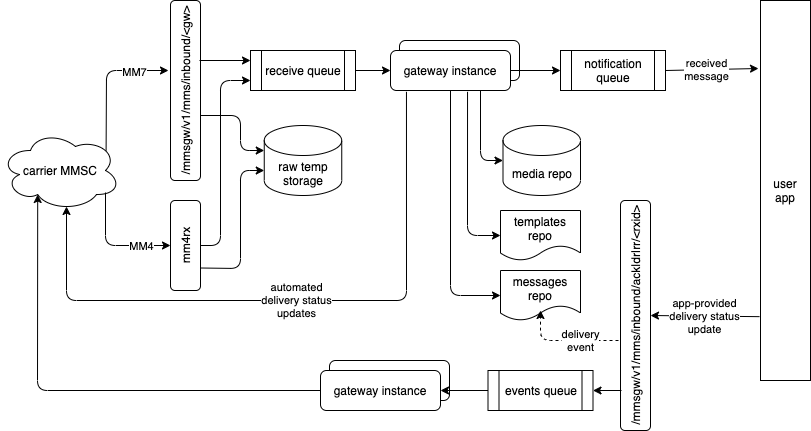
The draw.io diagram mmsgw_inbound.png in drivefast/mmsgw, before a commit. Source tidied: cells renumbered, new cells last; positions are measured from the earlier drawing's top-left corner, leaving out a move shared by most shapes.
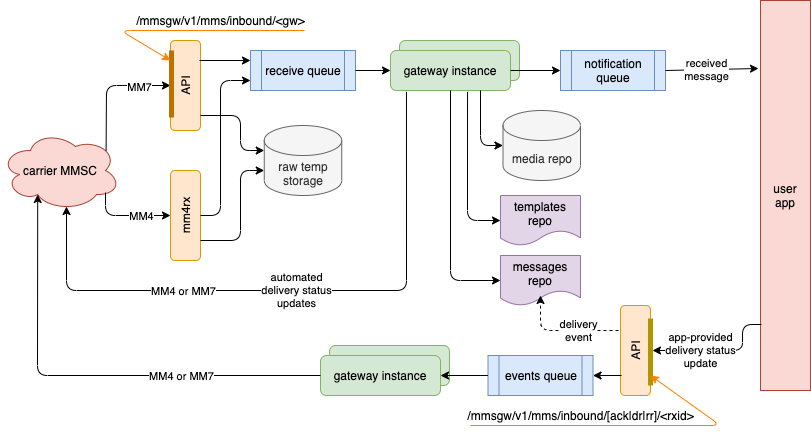
The same file after the commit.

Change to the diagram source:
```diff
@@ -2,47 +2,46 @@
   <root>
     <mxCell id="0" />
     <mxCell id="1" parent="0" />
-    <mxCell id="2" value="carrier MMSC" style="ellipse;shape=cloud;whiteSpace=wrap;html=1;" parent="1" vertex="1">
+    <mxCell id="2" value="carrier MMSC" style="ellipse;shape=cloud;whiteSpace=wrap;html=1;fillColor=#fad9d5;strokeColor=#ae4132;" parent="1" vertex="1">
       <mxGeometry y="130" width="120" height="80" as="geometry" />
     </mxCell>
-    <mxCell id="3" value="/mmsgw/v1/mms/inbound/&amp;lt;gw&amp;gt;" style="rounded=1;whiteSpace=wrap;html=1;horizontal=0;" parent="1" vertex="1">
-      <mxGeometry x="170" width="30" height="180" as="geometry" />
+    <mxCell id="3" value="API" style="rounded=1;whiteSpace=wrap;html=1;horizontal=0;fillColor=#ffe6cc;strokeColor=#d79b00;" parent="1" vertex="1">
+      <mxGeometry x="170" y="40" width="30" height="90" as="geometry" />
     </mxCell>
-    <mxCell id="4" value="mm4rx" style="rounded=1;whiteSpace=wrap;html=1;horizontal=0;" parent="1" vertex="1">
-      <mxGeometry x="170" y="200" width="30" height="90" as="geometry" />
+    <mxCell id="4" value="mm4rx" style="rounded=1;whiteSpace=wrap;html=1;horizontal=0;fillColor=#ffe6cc;strokeColor=#d79b00;" parent="1" vertex="1">
+      <mxGeometry x="170" y="170" width="30" height="90" as="geometry" />
     </mxCell>
-    <mxCell id="5" value="receive queue" style="shape=process;whiteSpace=wrap;html=1;backgroundOutline=1;" parent="1" vertex="1">
+    <mxCell id="5" value="receive queue" style="shape=process;whiteSpace=wrap;html=1;backgroundOutline=1;fillColor=#dae8fc;strokeColor=#6c8ebf;" parent="1" vertex="1">
       <mxGeometry x="250" y="50" width="105" height="40" as="geometry" />
     </mxCell>
-    <mxCell id="6" style="rounded=1;whiteSpace=wrap;html=1;" parent="1" vertex="1">
+    <mxCell id="6" style="rounded=1;whiteSpace=wrap;html=1;fillColor=#d5e8d4;strokeColor=#82b366;" parent="1" vertex="1">
       <mxGeometry x="399" y="40" width="120" height="40" as="geometry" />
     </mxCell>
-    <mxCell id="7" value="gateway instance" style="rounded=1;whiteSpace=wrap;html=1;" parent="1" vertex="1">
+    <mxCell id="7" value="gateway instance" style="rounded=1;whiteSpace=wrap;html=1;fillColor=#d5e8d4;strokeColor=#82b366;" parent="1" vertex="1">
       <mxGeometry x="390" y="50" width="120" height="40" as="geometry" />
     </mxCell>
-    <mxCell id="8" value="raw temp storage" style="shape=cylinder3;whiteSpace=wrap;html=1;boundedLbl=1;backgroundOutline=1;size=15;" parent="1" vertex="1">
+    <mxCell id="8" value="raw temp storage" style="shape=cylinder3;whiteSpace=wrap;html=1;boundedLbl=1;backgroundOutline=1;size=15;fillColor=#f5f5f5;strokeColor=#666666;fontColor=#333333;" parent="1" vertex="1">
       <mxGeometry x="263.8" y="125" width="77.5" height="70" as="geometry" />
     </mxCell>
-    <mxCell id="9" value="notification queue" style="shape=process;whiteSpace=wrap;html=1;backgroundOutline=1;" parent="1" vertex="1">
+    <mxCell id="9" value="notification queue" style="shape=process;whiteSpace=wrap;html=1;backgroundOutline=1;fillColor=#dae8fc;strokeColor=#6c8ebf;" parent="1" vertex="1">
       <mxGeometry x="560" y="50" width="105" height="40" as="geometry" />
     </mxCell>
-    <mxCell id="10" value="media repo" style="shape=cylinder3;whiteSpace=wrap;html=1;boundedLbl=1;backgroundOutline=1;size=15;" parent="1" vertex="1">
-      <mxGeometry x="502.5" y="125" width="77.5" height="70" as="geometry" />
+    <mxCell id="10" value="media repo" style="shape=cylinder3;whiteSpace=wrap;html=1;boundedLbl=1;backgroundOutline=1;size=15;fillColor=#f5f5f5;strokeColor=#666666;fontColor=#333333;" parent="1" vertex="1">
+      <mxGeometry x="502.5" y="110" width="77.5" height="70" as="geometry" />
     </mxCell>
-    <mxCell id="11" value="templates repo" style="shape=document;whiteSpace=wrap;html=1;boundedLbl=1;" parent="1" vertex="1">
-      <mxGeometry x="500" y="210" width="80" height="50" as="geometry" />
+    <mxCell id="11" value="templates repo" style="shape=document;whiteSpace=wrap;html=1;boundedLbl=1;fillColor=#e1d5e7;strokeColor=#9673a6;" parent="1" vertex="1">
+      <mxGeometry x="500" y="195" width="80" height="50" as="geometry" />
     </mxCell>
-    <mxCell id="12" value="messages repo" style="shape=document;whiteSpace=wrap;html=1;boundedLbl=1;" parent="1" vertex="1">
-      <mxGeometry x="500" y="270" width="80" height="50" as="geometry" />
+    <mxCell id="12" value="messages repo" style="shape=document;whiteSpace=wrap;html=1;boundedLbl=1;fillColor=#e1d5e7;strokeColor=#9673a6;" parent="1" vertex="1">
+      <mxGeometry x="500" y="255" width="80" height="50" as="geometry" />
     </mxCell>
-    <mxCell id="13" value="user&lt;br&gt;app" style="rounded=0;whiteSpace=wrap;html=1;" parent="1" vertex="1">
-      <mxGeometry x="760" width="50" height="380" as="geometry" />
+    <mxCell id="13" value="user&lt;br&gt;app" style="rounded=0;whiteSpace=wrap;html=1;fillColor=#fad9d5;strokeColor=#ae4132;" parent="1" vertex="1">
+      <mxGeometry x="760" width="50" height="390" as="geometry" />
     </mxCell>
-    <mxCell id="14" style="endArrow=classic;html=1;exitX=0.88;exitY=0.25;exitDx=0;exitDy=0;exitPerimeter=0;" parent="1" edge="1" source="2">
+    <mxCell id="14" style="endArrow=classic;html=1;exitX=0.88;exitY=0.25;exitDx=0;exitDy=0;exitPerimeter=0;entryX=0;entryY=0.5;entryDx=0;entryDy=0;" parent="1" edge="1" source="2" target="3">
       <mxGeometry relative="1" as="geometry">
-        <mxPoint x="168" y="70" as="targetPoint" />
         <Array as="points">
-          <mxPoint x="106" y="70" />
+          <mxPoint x="106" y="85" />
         </Array>
       </mxGeometry>
     </mxCell>
@@ -52,13 +51,13 @@
     <mxCell id="16" style="endArrow=classic;html=1;entryX=0;entryY=0.5;entryDx=0;entryDy=0;exitX=0.875;exitY=0.775;exitDx=0;exitDy=0;exitPerimeter=0;" parent="1" edge="1" source="2" target="4">
       <mxGeometry relative="1" as="geometry">
         <Array as="points">
-          <mxPoint x="105" y="245" />
+          <mxPoint x="105" y="215" />
         </Array>
       </mxGeometry>
     </mxCell>
     <mxCell id="17" value="MM4" style="edgeLabel;html=1;align=center;verticalAlign=middle;" parent="16" vertex="1">
       <mxGeometry x="0.49" y="-2" relative="1" as="geometry">
-        <mxPoint y="-2" as="offset" />
+        <mxPoint x="-8" y="-2" as="offset" />
       </mxGeometry>
     </mxCell>
     <mxCell id="18" style="endArrow=classic;html=1;entryX=0;entryY=0.25;entryDx=0;entryDy=0;" parent="1" edge="1" target="5">
@@ -69,15 +68,16 @@
     <mxCell id="19" style="endArrow=classic;html=1;exitX=1;exitY=0.5;exitDx=0;exitDy=0;entryX=0;entryY=0.75;entryDx=0;entryDy=0;" parent="1" edge="1" source="4" target="5">
       <mxGeometry relative="1" as="geometry">
         <Array as="points">
-          <mxPoint x="220" y="245" />
+          <mxPoint x="220" y="215" />
           <mxPoint x="220" y="80" />
         </Array>
       </mxGeometry>
     </mxCell>
-    <mxCell id="20" style="endArrow=classic;html=1;exitX=1;exitY=0.75;exitDx=0;exitDy=0;entryX=0;entryY=0;entryDx=0;entryDy=45;entryPerimeter=0;" parent="1" edge="1" source="4" target="8">
+    <mxCell id="20" style="endArrow=classic;html=1;entryX=0;entryY=0;entryDx=0;entryDy=45;entryPerimeter=0;" parent="1" edge="1" target="8">
       <mxGeometry relative="1" as="geometry">
+        <mxPoint x="200" y="240" as="sourcePoint" />
         <Array as="points">
-          <mxPoint x="240" y="268" />
+          <mxPoint x="240" y="240" />
           <mxPoint x="240" y="170" />
         </Array>
       </mxGeometry>
@@ -110,29 +110,29 @@
     <mxCell id="26" style="endArrow=classic;html=1;exitX=0.75;exitY=1;exitDx=0;exitDy=0;entryX=0;entryY=0.5;entryDx=0;entryDy=0;entryPerimeter=0;" parent="1" edge="1" source="7" target="10">
       <mxGeometry relative="1" as="geometry">
         <Array as="points">
-          <mxPoint x="480" y="160" />
+          <mxPoint x="480" y="145" />
         </Array>
       </mxGeometry>
     </mxCell>
     <mxCell id="27" style="endArrow=classic;html=1;entryX=0;entryY=0.5;entryDx=0;entryDy=0;exitX=0.642;exitY=1.033;exitDx=0;exitDy=0;exitPerimeter=0;" parent="1" edge="1" source="7" target="11">
       <mxGeometry relative="1" as="geometry">
         <Array as="points">
-          <mxPoint x="467" y="235" />
+          <mxPoint x="467" y="220" />
         </Array>
       </mxGeometry>
     </mxCell>
     <mxCell id="28" style="endArrow=classic;html=1;exitX=0.5;exitY=1;exitDx=0;exitDy=0;entryX=0;entryY=0.5;entryDx=0;entryDy=0;" parent="1" edge="1" source="7" target="12">
       <mxGeometry relative="1" as="geometry">
         <Array as="points">
-          <mxPoint x="450" y="295" />
+          <mxPoint x="450" y="280" />
         </Array>
       </mxGeometry>
     </mxCell>
     <mxCell id="29" style="endArrow=classic;html=1;entryX=0.55;entryY=0.95;entryDx=0;entryDy=0;entryPerimeter=0;exitX=0.133;exitY=1.033;exitDx=0;exitDy=0;exitPerimeter=0;" parent="1" edge="1" source="7" target="2">
       <mxGeometry relative="1" as="geometry">
         <Array as="points">
-          <mxPoint x="406" y="300" />
-          <mxPoint x="66" y="300" />
+          <mxPoint x="406" y="290" />
+          <mxPoint x="66" y="290" />
         </Array>
       </mxGeometry>
     </mxCell>
@@ -141,21 +141,26 @@
         <mxPoint y="-3" as="offset" />
       </mxGeometry>
     </mxCell>
+    <mxCell id="40" value="MM4 or MM7" style="edgeLabel;html=1;align=center;verticalAlign=middle;" parent="29" vertex="1">
+      <mxGeometry x="0.35" y="2" relative="1" as="geometry">
+        <mxPoint y="-2" as="offset" />
+      </mxGeometry>
+    </mxCell>
-    <mxCell id="31" value="/mmsgw/v1/mms/inbound/ack|dr|rr/&amp;lt;rxid&amp;gt;" style="rounded=1;whiteSpace=wrap;html=1;horizontal=0;" parent="1" vertex="1">
-      <mxGeometry x="620" y="200" width="30" height="230" as="geometry" />
+    <mxCell id="31" value="API" style="rounded=1;whiteSpace=wrap;html=1;horizontal=0;fillColor=#ffe6cc;strokeColor=#d79b00;" parent="1" vertex="1">
+      <mxGeometry x="620" y="305" width="30" height="90" as="geometry" />
     </mxCell>
-    <mxCell id="32" value="events queue" style="shape=process;whiteSpace=wrap;html=1;backgroundOutline=1;" parent="1" vertex="1">
-      <mxGeometry x="487.5" y="370" width="105" height="40" as="geometry" />
+    <mxCell id="32" value="events queue" style="shape=process;whiteSpace=wrap;html=1;backgroundOutline=1;fillColor=#dae8fc;strokeColor=#6c8ebf;" parent="1" vertex="1">
+      <mxGeometry x="487.5" y="355" width="105" height="40" as="geometry" />
     </mxCell>
-    <mxCell id="33" style="rounded=1;whiteSpace=wrap;html=1;" parent="1" vertex="1">
-      <mxGeometry x="329" y="360" width="120" height="40" as="geometry" />
+    <mxCell id="33" style="rounded=1;whiteSpace=wrap;html=1;fillColor=#d5e8d4;strokeColor=#82b366;" parent="1" vertex="1">
+      <mxGeometry x="329" y="345" width="120" height="40" as="geometry" />
     </mxCell>
-    <mxCell id="34" value="gateway instance" style="rounded=1;whiteSpace=wrap;html=1;" parent="1" vertex="1">
-      <mxGeometry x="320" y="370" width="120" height="40" as="geometry" />
+    <mxCell id="34" value="gateway instance" style="rounded=1;whiteSpace=wrap;html=1;fillColor=#d5e8d4;strokeColor=#82b366;" parent="1" vertex="1">
+      <mxGeometry x="320" y="355" width="120" height="40" as="geometry" />
     </mxCell>
     <mxCell id="35" style="endArrow=classic;html=1;entryX=1;entryY=0.5;entryDx=0;entryDy=0;" parent="1" edge="1" target="32">
       <mxGeometry relative="1" as="geometry">
-        <mxPoint x="621" y="390" as="sourcePoint" />
+        <mxPoint x="621" y="375" as="sourcePoint" />
       </mxGeometry>
     </mxCell>
     <mxCell id="36" style="endArrow=classic;html=1;entryX=1;entryY=0.5;entryDx=0;entryDy=0;exitX=0;exitY=0.5;exitDx=0;exitDy=0;" parent="1" edge="1" source="32" target="34">
@@ -164,20 +169,66 @@
     <mxCell id="37" style="endArrow=classic;html=1;entryX=0.31;entryY=0.8;entryDx=0;entryDy=0;entryPerimeter=0;exitX=0;exitY=0.5;exitDx=0;exitDy=0;" parent="1" edge="1" source="34" target="2">
       <mxGeometry relative="1" as="geometry">
         <Array as="points">
-          <mxPoint x="37" y="390" />
+          <mxPoint x="37" y="375" />
         </Array>
       </mxGeometry>
     </mxCell>
+    <mxCell id="41" value="MM4 or MM7" style="edgeLabel;html=1;align=center;verticalAlign=middle;" parent="37" vertex="1">
+      <mxGeometry x="-0.45" y="2" relative="1" as="geometry">
+        <mxPoint x="-12" y="-2" as="offset" />
+      </mxGeometry>
+    </mxCell>
     <mxCell id="38" value="delivery&lt;br&gt;event" style="endArrow=classic;html=1;entryX=0.5;entryY=0.8;entryDx=0;entryDy=0;entryPerimeter=0;dashed=1;" parent="1" edge="1" target="12">
       <mxGeometry x="-0.3" relative="1" as="geometry">
-        <mxPoint x="618" y="340" as="sourcePoint" />
+        <mxPoint x="618" y="330" as="sourcePoint" />
         <Array as="points">
-          <mxPoint x="540" y="340" />
+          <mxPoint x="540" y="330" />
         </Array>
       </mxGeometry>
     </mxCell>
-    <mxCell id="39" value="app-provided&lt;br&gt;delivery status&lt;br&gt;update" style="endArrow=classic;html=1;entryX=1;entryY=0.5;entryDx=0;entryDy=0;exitX=-0.02;exitY=0.832;exitDx=0;exitDy=0;exitPerimeter=0;" parent="1" edge="1" source="13" target="31">
-      <mxGeometry relative="1" as="geometry" />
+    <mxCell id="39" value="app-provided&lt;br&gt;delivery status&lt;br&gt;update" style="endArrow=classic;html=1;entryX=1;entryY=0.5;entryDx=0;entryDy=0;" parent="1" edge="1">
+      <mxGeometry x="0.29" relative="1" as="geometry">
+        <mxPoint x="761" y="324" as="sourcePoint" />
+        <mxPoint x="652" y="350" as="targetPoint" />
+        <Array as="points">
+          <mxPoint x="742" y="324" />
+          <mxPoint x="742" y="350" />
+        </Array>
+      </mxGeometry>
     </mxCell>
+    <mxCell id="42" value="&lt;span style=&quot;background-color: rgb(255 , 255 , 255)&quot;&gt;/mmsgw/v1/mms/inbound/&amp;lt;gw&amp;gt;&lt;/span&gt;" style="text;html=1;align=center;verticalAlign=middle;points=[];" parent="1" vertex="1">
+      <mxGeometry x="130" y="10" width="180" height="20" as="geometry" />
+    </mxCell>
+    <mxCell id="43" style="endArrow=none;html=1;entryX=0.033;entryY=0.111;entryDx=0;entryDy=0;entryPerimeter=0;strokeWidth=5;fillColor=#f0a30a;strokeColor=#BD7000;" parent="1" edge="1" target="3">
+      <mxGeometry relative="1" as="geometry">
+        <mxPoint x="171" y="117" as="sourcePoint" />
+      </mxGeometry>
+    </mxCell>
+    <mxCell id="44" style="endArrow=classic;html=1;strokeWidth=1;exitX=0.967;exitY=1;exitDx=0;exitDy=0;exitPerimeter=0;strokeColor=#FF8000;" parent="1" edge="1" source="42">
+      <mxGeometry relative="1" as="geometry">
+        <mxPoint x="170" y="60" as="targetPoint" />
+        <Array as="points">
+          <mxPoint x="120" y="30" />
+        </Array>
+      </mxGeometry>
+    </mxCell>
+    <mxCell id="45" value="&lt;span style=&quot;background-color: rgb(255 , 255 , 255)&quot;&gt;/mmsgw/v1/mms/inbound/[ack|dr|rr]/&amp;lt;rxid&amp;gt;&lt;/span&gt;" style="text;html=1;align=center;verticalAlign=middle;" parent="1" vertex="1">
+      <mxGeometry x="460" y="405" width="240" height="20" as="geometry" />
+    </mxCell>
+    <mxCell id="46" style="endArrow=none;html=1;entryX=0.033;entryY=0.111;entryDx=0;entryDy=0;entryPerimeter=0;strokeWidth=5;fillColor=#e3c800;strokeColor=#B09500;" parent="1" edge="1">
+      <mxGeometry relative="1" as="geometry">
+        <mxPoint x="650" y="385" as="sourcePoint" />
+        <mxPoint x="650" y="318" as="targetPoint" />
+      </mxGeometry>
+    </mxCell>
+    <mxCell id="47" style="endArrow=classic;html=1;strokeWidth=1;strokeColor=#FF8000;" parent="1" edge="1">
+      <mxGeometry relative="1" as="geometry">
+        <mxPoint x="470" y="425" as="sourcePoint" />
+        <mxPoint x="650" y="375" as="targetPoint" />
+        <Array as="points">
+          <mxPoint x="720" y="425" />
+        </Array>
+      </mxGeometry>
+    </mxCell>
   </root>
 </mxGraphModel>
```
